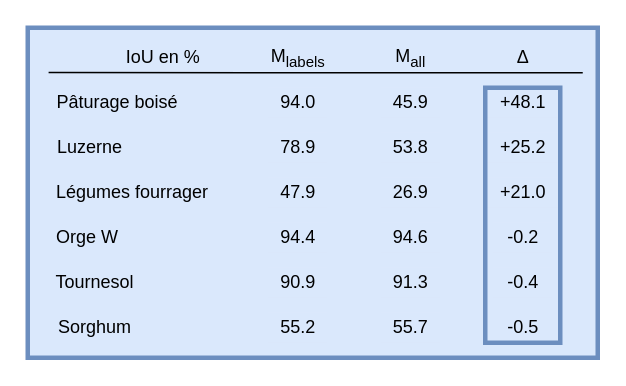
Before: illustrations/conf_mat_exp2_2.drawio in felixquinton1/lightweight-temporal-attention-pytorch, a draw.io diagram. Source tidied: cells renumbered, new cells numbered last; positions are measured from the earlier drawing's top-left corner, leaving out a move shared by most shapes. Both pictures are drawn from the tidied source at 150%, with x=0, y=0 at pixel (27, 27).
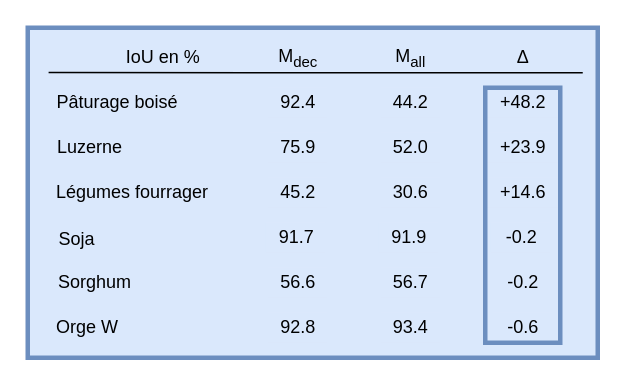
After the change.

Diff of the diagram source:
```diff
@@
-    <mxCell id="3" value="94.0" style="text;html=1;align=center;verticalAlign=middle;fillColor=#dae8fc;strokeWidth=2;" parent="1" vertex="1">
+    <mxCell id="3" value="92.4" style="text;html=1;align=center;verticalAlign=middle;fillColor=#dae8fc;strokeWidth=2;" parent="1" vertex="1">
       <mxGeometry x="160" y="40" width="40" height="20" as="geometry" />
     </mxCell>
@@
-    <mxCell id="5" value="78.9" style="text;html=1;align=center;verticalAlign=middle;fillColor=#dae8fc;strokeWidth=2;" parent="1" vertex="1">
+    <mxCell id="5" value="75.9" style="text;html=1;align=center;verticalAlign=middle;fillColor=#dae8fc;strokeWidth=2;" parent="1" vertex="1">
       <mxGeometry x="160" y="70" width="40" height="20" as="geometry" />
     </mxCell>
@@
     <mxCell id="9" value="Sorghum" style="text;html=1;strokeColor=none;fillColor=none;align=center;verticalAlign=middle;whiteSpace=wrap;rounded=0;" parent="1" vertex="1">
-      <mxGeometry x="20" y="190" width="50" height="20" as="geometry" />
+      <mxGeometry x="20" y="160" width="50" height="20" as="geometry" />
     </mxCell>
-    <mxCell id="10" value="Tournesol" style="text;html=1;strokeColor=none;fillColor=none;align=center;verticalAlign=middle;whiteSpace=wrap;rounded=0;" parent="1" vertex="1">
-      <mxGeometry x="11.2" y="160" width="67.5" height="20" as="geometry" />
+    <mxCell id="10" value="Soja" style="text;html=1;strokeColor=none;fillColor=none;align=center;verticalAlign=middle;whiteSpace=wrap;rounded=0;" parent="1" vertex="1">
+      <mxGeometry x="-1" y="131" width="67.5" height="20" as="geometry" />
     </mxCell>
     <mxCell id="11" value="Orge W" style="text;html=1;strokeColor=none;fillColor=none;align=center;verticalAlign=middle;whiteSpace=wrap;rounded=0;" parent="1" vertex="1">
-      <mxGeometry y="130" width="80" height="20" as="geometry" />
+      <mxGeometry y="190" width="80" height="20" as="geometry" />
     </mxCell>
@@
-    <mxCell id="13" value="47.9" style="text;html=1;align=center;verticalAlign=middle;fillColor=#dae8fc;strokeWidth=2;" parent="1" vertex="1">
+    <mxCell id="13" value="45.2" style="text;html=1;align=center;verticalAlign=middle;fillColor=#dae8fc;strokeWidth=2;" parent="1" vertex="1">
       <mxGeometry x="160" y="100" width="40" height="20" as="geometry" />
     </mxCell>
-    <mxCell id="14" value="94.4" style="text;html=1;align=center;verticalAlign=middle;fillColor=#dae8fc;strokeWidth=2;" parent="1" vertex="1">
-      <mxGeometry x="160" y="130" width="40" height="20" as="geometry" />
+    <mxCell id="14" value="92.8" style="text;html=1;align=center;verticalAlign=middle;fillColor=#dae8fc;strokeWidth=2;" parent="1" vertex="1">
+      <mxGeometry x="160" y="190" width="40" height="20" as="geometry" />
     </mxCell>
-    <mxCell id="15" value="90.9" style="text;html=1;align=center;verticalAlign=middle;fillColor=#dae8fc;strokeWidth=2;" parent="1" vertex="1">
-      <mxGeometry x="160" y="160" width="40" height="20" as="geometry" />
+    <mxCell id="15" value="91.7" style="text;html=1;align=center;verticalAlign=middle;fillColor=#dae8fc;strokeWidth=2;" parent="1" vertex="1">
+      <mxGeometry x="158.8" y="130" width="40" height="20" as="geometry" />
     </mxCell>
-    <mxCell id="16" value="55.2" style="text;html=1;align=center;verticalAlign=middle;fillColor=#dae8fc;strokeWidth=2;" parent="1" vertex="1">
-      <mxGeometry x="160" y="190" width="40" height="20" as="geometry" />
+    <mxCell id="16" value="56.6" style="text;html=1;align=center;verticalAlign=middle;fillColor=#dae8fc;strokeWidth=2;" parent="1" vertex="1">
+      <mxGeometry x="160" y="160" width="40" height="20" as="geometry" />
     </mxCell>
-    <mxCell id="17" value="M&lt;sub&gt;labels&lt;/sub&gt;" style="text;html=1;align=center;verticalAlign=middle;strokeColor=none;" parent="1" vertex="1">
-      <mxGeometry x="155" y="10" width="50" height="20" as="geometry" />
+    <mxCell id="17" value="M&lt;sub&gt;dec&lt;/sub&gt;" style="text;html=1;align=center;verticalAlign=middle;strokeColor=none;" parent="1" vertex="1">
+      <mxGeometry x="160" y="10" width="40" height="20" as="geometry" />
     </mxCell>
@@
-    <mxCell id="20" value="45.9" style="text;html=1;align=center;verticalAlign=middle;fillColor=#dae8fc;strokeWidth=2;" parent="1" vertex="1">
+    <mxCell id="20" value="44.2" style="text;html=1;align=center;verticalAlign=middle;fillColor=#dae8fc;strokeWidth=2;" parent="1" vertex="1">
       <mxGeometry x="235" y="40" width="40" height="20" as="geometry" />
     </mxCell>
-    <mxCell id="21" value="53.8" style="text;html=1;align=center;verticalAlign=middle;fillColor=#dae8fc;strokeWidth=2;" parent="1" vertex="1">
+    <mxCell id="21" value="52.0" style="text;html=1;align=center;verticalAlign=middle;fillColor=#dae8fc;strokeWidth=2;" parent="1" vertex="1">
       <mxGeometry x="235" y="70" width="40" height="20" as="geometry" />
     </mxCell>
-    <mxCell id="22" value="26.9" style="text;html=1;align=center;verticalAlign=middle;fillColor=#dae8fc;strokeWidth=2;" parent="1" vertex="1">
+    <mxCell id="22" value="30.6" style="text;html=1;align=center;verticalAlign=middle;fillColor=#dae8fc;strokeWidth=2;" parent="1" vertex="1">
       <mxGeometry x="235" y="100" width="40" height="20" as="geometry" />
     </mxCell>
-    <mxCell id="23" value="94.6" style="text;html=1;align=center;verticalAlign=middle;fillColor=#dae8fc;strokeWidth=2;" parent="1" vertex="1">
-      <mxGeometry x="235" y="130" width="40" height="20" as="geometry" />
+    <mxCell id="23" value="93.4" style="text;html=1;align=center;verticalAlign=middle;fillColor=#dae8fc;strokeWidth=2;" parent="1" vertex="1">
+      <mxGeometry x="235" y="190" width="40" height="20" as="geometry" />
     </mxCell>
-    <mxCell id="24" value="91.3" style="text;html=1;align=center;verticalAlign=middle;fillColor=#dae8fc;strokeWidth=2;" parent="1" vertex="1">
-      <mxGeometry x="235" y="160" width="40" height="20" as="geometry" />
+    <mxCell id="24" value="91.9" style="text;html=1;align=center;verticalAlign=middle;fillColor=#dae8fc;strokeWidth=2;" parent="1" vertex="1">
+      <mxGeometry x="233.8" y="130" width="40" height="20" as="geometry" />
     </mxCell>
-    <mxCell id="25" value="55.7" style="text;html=1;align=center;verticalAlign=middle;fillColor=#dae8fc;strokeWidth=2;" parent="1" vertex="1">
-      <mxGeometry x="235" y="190" width="40" height="20" as="geometry" />
+    <mxCell id="25" value="56.7" style="text;html=1;align=center;verticalAlign=middle;fillColor=#dae8fc;strokeWidth=2;" parent="1" vertex="1">
+      <mxGeometry x="235" y="160" width="40" height="20" as="geometry" />
     </mxCell>
-    <mxCell id="26" value="+48.1" style="text;html=1;align=center;verticalAlign=middle;fillColor=#dae8fc;strokeWidth=2;fontStyle=0;" parent="1" vertex="1">
+    <mxCell id="26" value="+48.2" style="text;html=1;align=center;verticalAlign=middle;fillColor=#dae8fc;strokeWidth=2;fontStyle=0;" parent="1" vertex="1">
       <mxGeometry x="305" y="40" width="50" height="20" as="geometry" />
     </mxCell>
-    <mxCell id="27" value="+25.2" style="text;html=1;align=center;verticalAlign=middle;fillColor=#dae8fc;strokeWidth=2;" parent="1" vertex="1">
+    <mxCell id="27" value="+23.9" style="text;html=1;align=center;verticalAlign=middle;fillColor=#dae8fc;strokeWidth=2;" parent="1" vertex="1">
       <mxGeometry x="305" y="70" width="50" height="20" as="geometry" />
     </mxCell>
-    <mxCell id="28" value="+21.0" style="text;html=1;align=center;verticalAlign=middle;fillColor=#dae8fc;strokeWidth=2;" parent="1" vertex="1">
+    <mxCell id="28" value="+14.6" style="text;html=1;align=center;verticalAlign=middle;fillColor=#dae8fc;strokeWidth=2;" parent="1" vertex="1">
       <mxGeometry x="305" y="100" width="50" height="20" as="geometry" />
     </mxCell>
-    <mxCell id="29" value="-0.2" style="text;html=1;align=center;verticalAlign=middle;fillColor=#dae8fc;strokeWidth=2;" parent="1" vertex="1">
-      <mxGeometry x="310" y="130" width="40" height="20" as="geometry" />
+    <mxCell id="29" value="-0.6" style="text;html=1;align=center;verticalAlign=middle;fillColor=#dae8fc;strokeWidth=2;" parent="1" vertex="1">
+      <mxGeometry x="310" y="190" width="40" height="20" as="geometry" />
     </mxCell>
-    <mxCell id="30" value="-0.4" style="text;html=1;align=center;verticalAlign=middle;fillColor=#dae8fc;strokeWidth=2;" parent="1" vertex="1">
-      <mxGeometry x="310" y="160" width="40" height="20" as="geometry" />
+    <mxCell id="30" value="-0.2" style="text;html=1;align=center;verticalAlign=middle;fillColor=#dae8fc;strokeWidth=2;" parent="1" vertex="1">
+      <mxGeometry x="308.8" y="130" width="40" height="20" as="geometry" />
     </mxCell>
-    <mxCell id="31" value="-0.5" style="text;html=1;align=center;verticalAlign=middle;strokeWidth=2;fontStyle=0;" parent="1" vertex="1">
-      <mxGeometry x="310" y="190" width="40" height="20" as="geometry" />
+    <mxCell id="31" value="-0.2" style="text;html=1;align=center;verticalAlign=middle;strokeWidth=2;fontStyle=0;" parent="1" vertex="1">
+      <mxGeometry x="310" y="160" width="40" height="20" as="geometry" />
     </mxCell>
```
